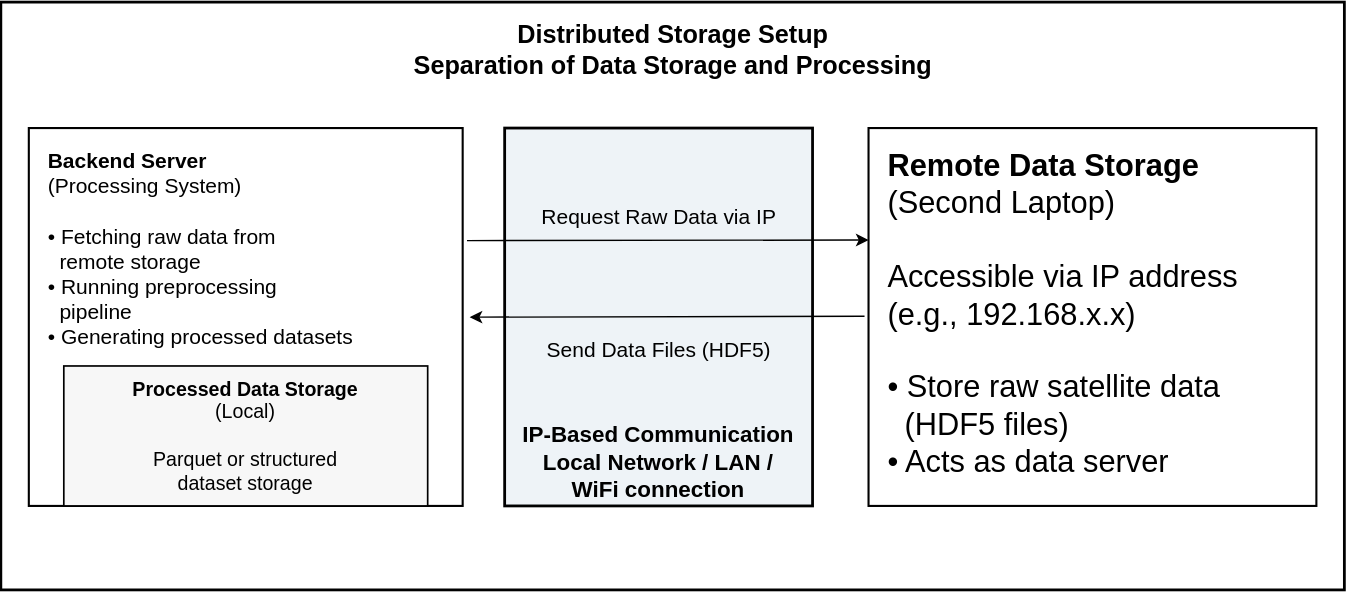
Before: distributed_storage_setup.drawio.svg, a diagram exported from draw.io (IshanG2111/Draw.io). Source tidied: cells renumbered, new cells last; positions are measured from the earlier drawing's top-left corner, leaving out a move shared by most shapes.
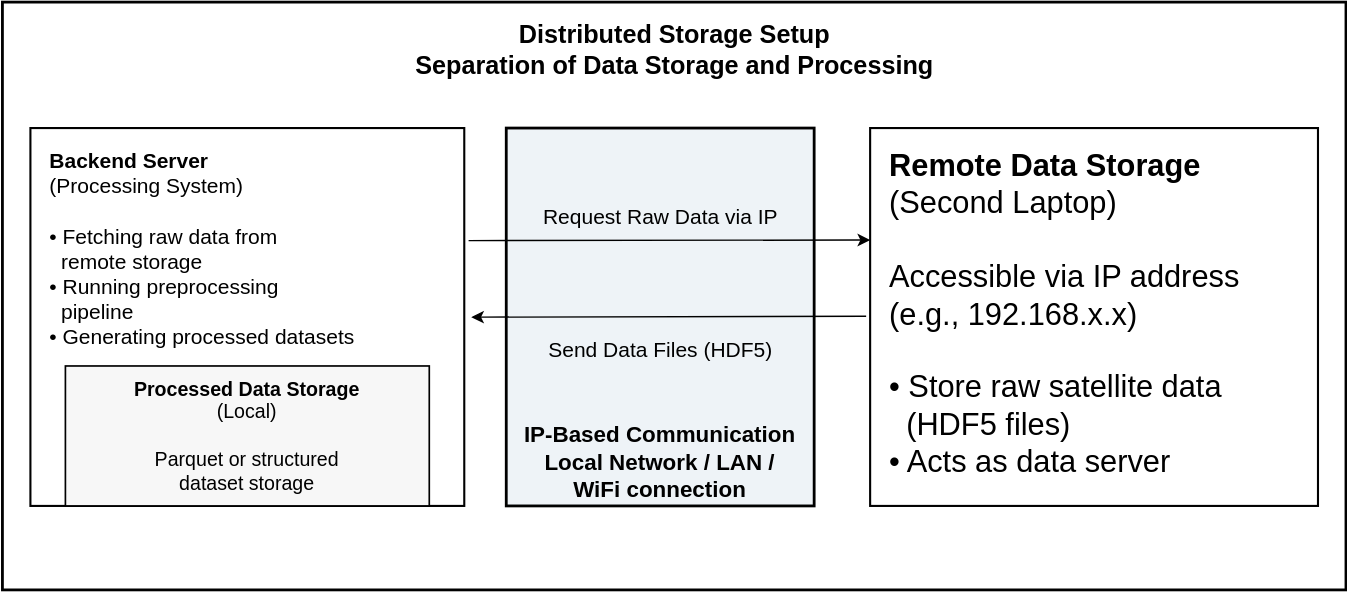
After the commit.

What changed in the source:
```diff
@@ -2,7 +2,7 @@
   <root>
     <mxCell id="0" />
     <mxCell id="1" parent="0" />
-    <mxCell id="2" style="rounded=0;whiteSpace=wrap;html=1;strokeWidth=2;" parent="1" vertex="1">
+    <mxCell id="2" style="rounded=0;whiteSpace=wrap;html=1;strokeWidth=2;fillColor=none;" parent="1" vertex="1">
       <mxGeometry width="960" height="420" as="geometry" />
     </mxCell>
     <mxCell id="3" value="&lt;b&gt;Distributed Storage Setup&lt;/b&gt;&lt;br/&gt;Separation of Data Storage and Processing" style="text;html=1;align=center;verticalAlign=middle;fontSize=18;fontStyle=1;spacing=2;" parent="1" vertex="1">
```
